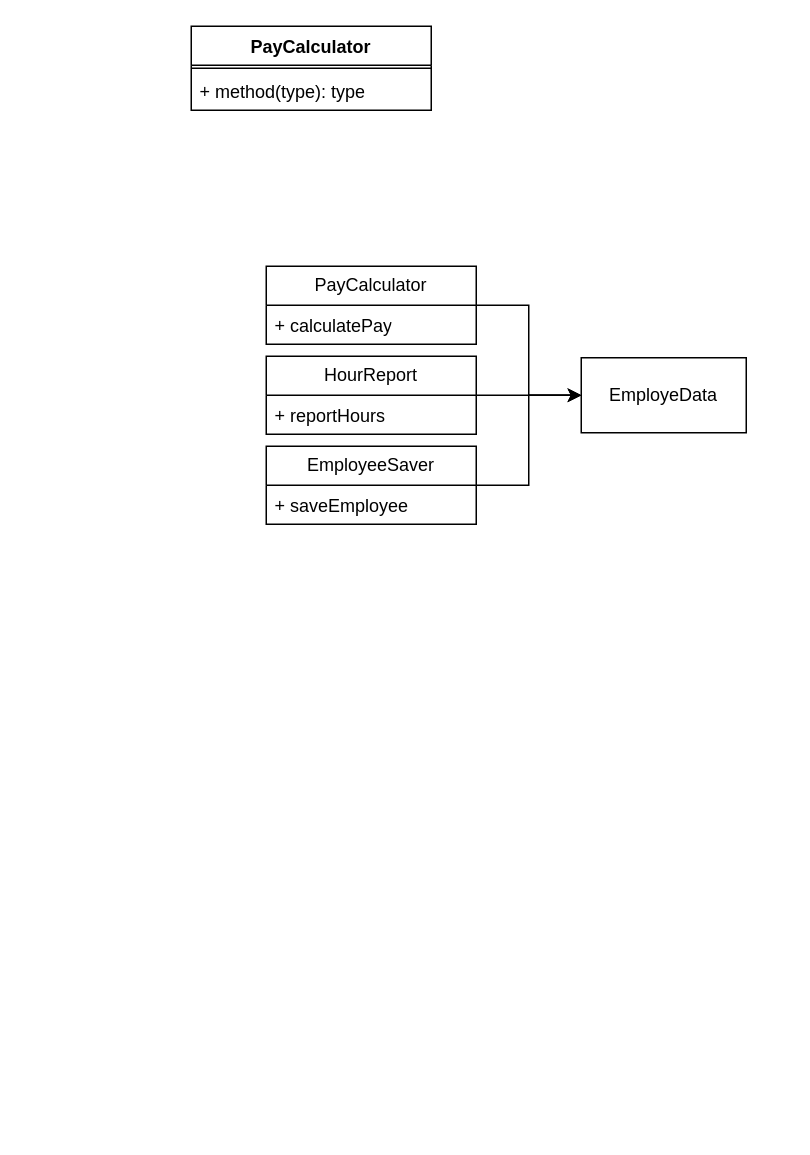
zouquchen/drawio keeps this draw.io diagram as SRP解决方案.drawio. Above is the earlier version. Source tidied: cells renumbered, new cells numbered last; positions are measured from the earlier drawing's top-left corner, leaving out a move shared by most shapes. Both pictures are drawn from the tidied source at 150%, with x=0, y=0 at pixel (190, 26).
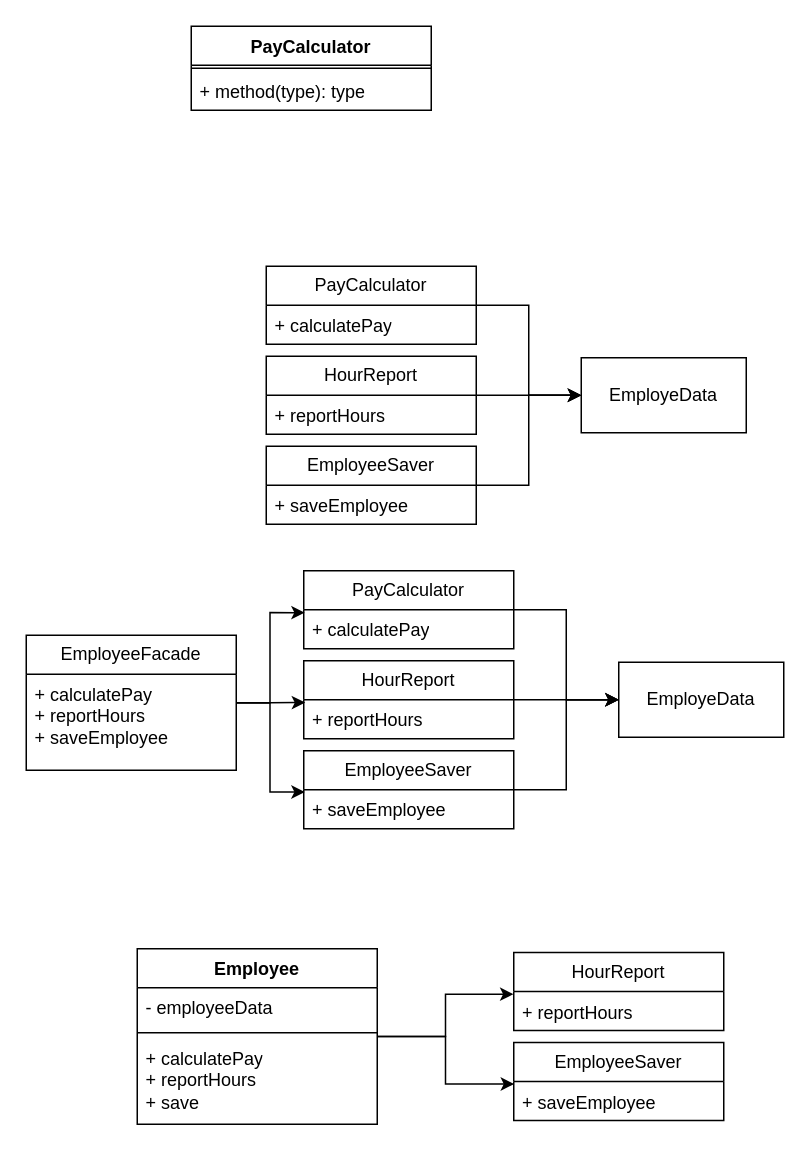
Above is the later version.

Commit message (it also covers changes not shown here):
更新SRP解决方案.drawio

Diff of the diagram source:
```diff
@@
+    <mxCell id="15" style="edgeStyle=orthogonalEdgeStyle;rounded=0;jettySize=auto;html=1;exitX=1;exitY=0.5;exitDx=0;exitDy=0;entryX=0;entryY=0.5;entryDx=0;entryDy=0;" parent="1" edge="1" source="16" target="24">
+      <mxGeometry relative="1" as="geometry" />
+    </mxCell>
+    <mxCell id="16" value="PayCalculator" style="swimlane;fontStyle=0;horizontal=1;startSize=26;fillColor=none;whiteSpace=wrap;html=1;" parent="1" vertex="1">
+      <mxGeometry x="75" y="363" width="140" height="52" as="geometry" />
+    </mxCell>
+    <mxCell id="17" value="+ calculatePay" style="text;strokeColor=none;fillColor=none;align=left;verticalAlign=top;spacingLeft=4;spacingRight=4;overflow=hidden;points=[[0,0.5],[1,0.5]];portConstraint=eastwest;whiteSpace=wrap;html=1;" parent="16" vertex="1">
+      <mxGeometry y="26" width="140" height="26" as="geometry" />
+    </mxCell>
+    <mxCell id="18" style="edgeStyle=orthogonalEdgeStyle;rounded=0;jettySize=auto;html=1;exitX=1;exitY=0.5;exitDx=0;exitDy=0;entryX=0;entryY=0.5;entryDx=0;entryDy=0;" parent="1" edge="1" source="19" target="24">
+      <mxGeometry relative="1" as="geometry" />
+    </mxCell>
+    <mxCell id="19" value="HourReport" style="swimlane;fontStyle=0;horizontal=1;startSize=26;fillColor=none;whiteSpace=wrap;html=1;" parent="1" vertex="1">
+      <mxGeometry x="75" y="423" width="140" height="52" as="geometry" />
+    </mxCell>
+    <mxCell id="20" value="+ reportHours" style="text;strokeColor=none;fillColor=none;align=left;verticalAlign=top;spacingLeft=4;spacingRight=4;overflow=hidden;points=[[0,0.5],[1,0.5]];portConstraint=eastwest;whiteSpace=wrap;html=1;" parent="19" vertex="1">
+      <mxGeometry y="26" width="140" height="26" as="geometry" />
+    </mxCell>
+    <mxCell id="21" style="edgeStyle=orthogonalEdgeStyle;rounded=0;jettySize=auto;html=1;exitX=1;exitY=0.5;exitDx=0;exitDy=0;entryX=0;entryY=0.5;entryDx=0;entryDy=0;" parent="1" edge="1" source="22" target="24">
+      <mxGeometry relative="1" as="geometry" />
+    </mxCell>
+    <mxCell id="22" value="EmployeeSaver" style="swimlane;fontStyle=0;horizontal=1;startSize=26;fillColor=none;whiteSpace=wrap;html=1;" parent="1" vertex="1">
+      <mxGeometry x="75" y="483" width="140" height="52" as="geometry" />
+    </mxCell>
+    <mxCell id="23" value="+ saveEmployee" style="text;strokeColor=none;fillColor=none;align=left;verticalAlign=top;spacingLeft=4;spacingRight=4;overflow=hidden;points=[[0,0.5],[1,0.5]];portConstraint=eastwest;whiteSpace=wrap;html=1;" parent="22" vertex="1">
+      <mxGeometry y="26" width="140" height="26" as="geometry" />
+    </mxCell>
+    <mxCell id="24" value="EmployeData" style="html=1;whiteSpace=wrap;" parent="1" vertex="1">
+      <mxGeometry x="285" y="424" width="110" height="50" as="geometry" />
+    </mxCell>
+    <mxCell id="25" value="EmployeeFacade" style="swimlane;fontStyle=0;horizontal=1;startSize=26;fillColor=none;whiteSpace=wrap;html=1;" parent="1" vertex="1">
+      <mxGeometry x="-110" y="406" width="140" height="90" as="geometry" />
+    </mxCell>
+    <mxCell id="26" value="+ calculatePay&lt;br&gt;+ reportHours&lt;br&gt;+ saveEmployee" style="text;strokeColor=none;fillColor=none;align=left;verticalAlign=top;spacingLeft=4;spacingRight=4;overflow=hidden;whiteSpace=wrap;html=1;" parent="25" vertex="1">
+      <mxGeometry y="26" width="140" height="64" as="geometry" />
+    </mxCell>
+    <mxCell id="27" style="edgeStyle=orthogonalEdgeStyle;rounded=0;jettySize=auto;html=1;exitX=1;exitY=0.5;exitDx=0;exitDy=0;entryX=0.007;entryY=0.071;entryDx=0;entryDy=0;entryPerimeter=0;" parent="1" edge="1" source="25" target="20">
+      <mxGeometry relative="1" as="geometry" />
+    </mxCell>
+    <mxCell id="28" style="edgeStyle=orthogonalEdgeStyle;rounded=0;jettySize=auto;html=1;exitX=1;exitY=0.5;exitDx=0;exitDy=0;entryX=0.005;entryY=0.074;entryDx=0;entryDy=0;entryPerimeter=0;" parent="1" edge="1" source="25" target="17">
+      <mxGeometry relative="1" as="geometry" />
+    </mxCell>
+    <mxCell id="29" style="edgeStyle=orthogonalEdgeStyle;rounded=0;jettySize=auto;html=1;exitX=1;exitY=0.5;exitDx=0;exitDy=0;entryX=0.005;entryY=0.057;entryDx=0;entryDy=0;entryPerimeter=0;" parent="1" edge="1" source="25" target="23">
+      <mxGeometry relative="1" as="geometry" />
+    </mxCell>
+    <mxCell id="30" value="Employee" style="swimlane;fontStyle=1;align=center;verticalAlign=top;horizontal=1;startSize=26;whiteSpace=wrap;html=1;" parent="1" vertex="1">
+      <mxGeometry x="-36" y="615" width="160" height="117" as="geometry" />
+    </mxCell>
+    <mxCell id="31" value="- employeeData" style="text;strokeColor=none;fillColor=none;align=left;verticalAlign=top;spacingLeft=4;spacingRight=4;overflow=hidden;whiteSpace=wrap;html=1;" parent="30" vertex="1">
+      <mxGeometry y="26" width="160" height="26" as="geometry" />
+    </mxCell>
+    <mxCell id="32" style="line;strokeWidth=1;fillColor=none;align=left;verticalAlign=middle;spacingTop=-1;spacingLeft=3;spacingRight=3;labelPosition=right;strokeColor=inherit;" parent="30" vertex="1">
+      <mxGeometry y="52" width="160" height="8" as="geometry" />
+    </mxCell>
+    <mxCell id="33" value="+ calculatePay&lt;br style=&quot;border-color: var(--border-color);&quot;&gt;+ reportHours&lt;br style=&quot;border-color: var(--border-color);&quot;&gt;+ save" style="text;strokeColor=none;fillColor=none;align=left;verticalAlign=top;spacingLeft=4;spacingRight=4;overflow=hidden;whiteSpace=wrap;html=1;" parent="30" vertex="1">
+      <mxGeometry y="60" width="160" height="57" as="geometry" />
+    </mxCell>
+    <mxCell id="34" value="HourReport" style="swimlane;fontStyle=0;horizontal=1;startSize=26;fillColor=none;whiteSpace=wrap;html=1;" parent="1" vertex="1">
+      <mxGeometry x="215" y="617.5" width="140" height="52" as="geometry" />
+    </mxCell>
+    <mxCell id="35" value="+ reportHours" style="text;strokeColor=none;fillColor=none;align=left;verticalAlign=top;spacingLeft=4;spacingRight=4;overflow=hidden;points=[[0,0.5],[1,0.5]];portConstraint=eastwest;whiteSpace=wrap;html=1;" parent="34" vertex="1">
+      <mxGeometry y="26" width="140" height="26" as="geometry" />
+    </mxCell>
+    <mxCell id="36" value="EmployeeSaver" style="swimlane;fontStyle=0;horizontal=1;startSize=26;fillColor=none;whiteSpace=wrap;html=1;" parent="1" vertex="1">
+      <mxGeometry x="215" y="677.5" width="140" height="52" as="geometry" />
+    </mxCell>
+    <mxCell id="37" value="+ saveEmployee" style="text;strokeColor=none;fillColor=none;align=left;verticalAlign=top;spacingLeft=4;spacingRight=4;overflow=hidden;points=[[0,0.5],[1,0.5]];portConstraint=eastwest;whiteSpace=wrap;html=1;" parent="36" vertex="1">
+      <mxGeometry y="26" width="140" height="26" as="geometry" />
+    </mxCell>
+    <mxCell id="38" style="edgeStyle=orthogonalEdgeStyle;rounded=0;jettySize=auto;html=1;exitX=1;exitY=0.5;exitDx=0;exitDy=0;entryX=-0.001;entryY=0.068;entryDx=0;entryDy=0;entryPerimeter=0;" parent="1" edge="1" source="30" target="35">
+      <mxGeometry relative="1" as="geometry" />
+    </mxCell>
+    <mxCell id="39" style="edgeStyle=orthogonalEdgeStyle;rounded=0;jettySize=auto;html=1;exitX=1;exitY=0.5;exitDx=0;exitDy=0;entryX=0.002;entryY=0.065;entryDx=0;entryDy=0;entryPerimeter=0;" parent="1" edge="1" source="30" target="37">
+      <mxGeometry relative="1" as="geometry" />
+    </mxCell>
```
